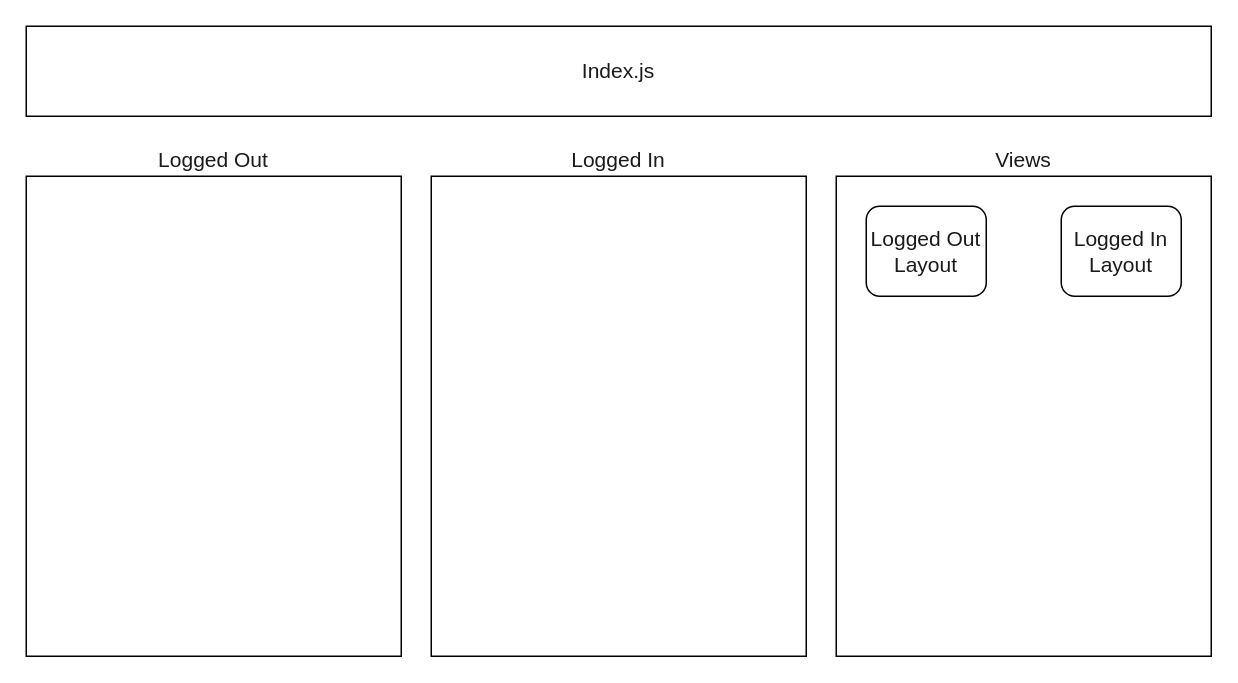
The draw.io diagram page "DirectoryStructure" (9 of 9) of fakeStrava/Untitled Diagram.drawio in brianjburrow/draw.io, before the edit. Source tidied: cells renumbered, new cells numbered last; positions are measured from the earlier drawing's top-left corner, leaving out a move shared by most shapes. Both pictures are drawn from the tidied source at 150%, with x=0, y=0 at pixel (26, 26).
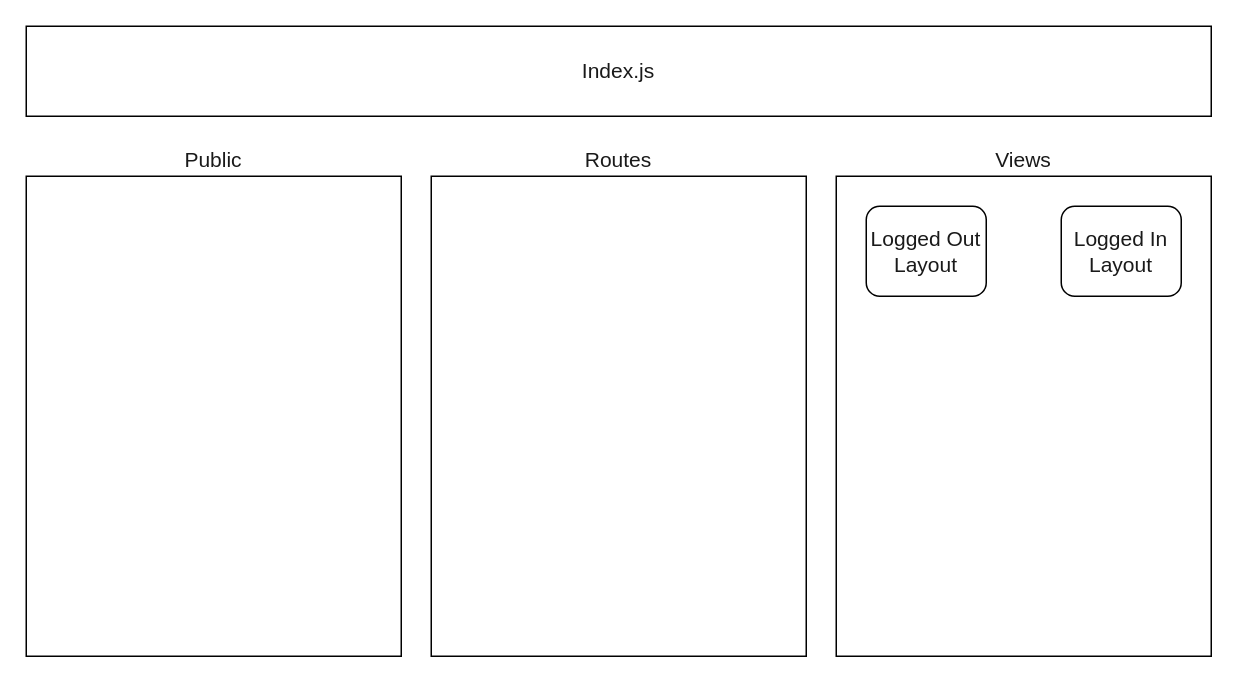
After the change.

Diff of the diagram source:
```diff
@@
 <mxGraphModel>
   <root>
     <mxCell id="0" />
     <mxCell id="1" parent="0" />
     <mxCell id="2" value="Index.js" style="rounded=0;whiteSpace=wrap;html=1;fontSize=14;fontColor=#1A1A1A;fillColor=#FFFFFF;" parent="1" vertex="1">
       <mxGeometry width="790" height="60" as="geometry" />
     </mxCell>
-    <mxCell id="3" value="Logged Out" style="rounded=0;whiteSpace=wrap;html=1;fontSize=14;fontColor=#1A1A1A;fillColor=#FFFFFF;labelPosition=center;verticalLabelPosition=top;align=center;verticalAlign=bottom;" parent="1" vertex="1">
-      <mxGeometry y="100" width="250" height="320" as="geometry" />
-    </mxCell>
-    <mxCell id="4" value="Logged In" style="rounded=0;whiteSpace=wrap;html=1;fontSize=14;fontColor=#1A1A1A;fillColor=#FFFFFF;labelPosition=center;verticalLabelPosition=top;align=center;verticalAlign=bottom;" parent="1" vertex="1">
+    <mxCell id="4" value="Routes" style="rounded=0;whiteSpace=wrap;html=1;fontSize=14;fontColor=#1A1A1A;fillColor=#FFFFFF;labelPosition=center;verticalLabelPosition=top;align=center;verticalAlign=bottom;" parent="1" vertex="1">
       <mxGeometry x="270" y="100" width="250" height="320" as="geometry" />
     </mxCell>
     <mxCell id="5" value="Views" style="rounded=0;whiteSpace=wrap;html=1;fontSize=14;fontColor=#1A1A1A;fillColor=#FFFFFF;labelPosition=center;verticalLabelPosition=top;align=center;verticalAlign=bottom;" parent="1" vertex="1">
       <mxGeometry x="540" y="100" width="250" height="320" as="geometry" />
     </mxCell>
     <mxCell id="6" value="Logged Out Layout" style="rounded=1;whiteSpace=wrap;html=1;fontSize=14;fontColor=#1A1A1A;fillColor=#FFFFFF;" parent="1" vertex="1">
       <mxGeometry x="560" y="120" width="80" height="60" as="geometry" />
     </mxCell>
     <mxCell id="7" value="Logged In Layout" style="rounded=1;whiteSpace=wrap;html=1;fontSize=14;fontColor=#1A1A1A;fillColor=#FFFFFF;" parent="1" vertex="1">
       <mxGeometry x="690" y="120" width="80" height="60" as="geometry" />
     </mxCell>
+    <mxCell id="8" value="Public" style="rounded=0;whiteSpace=wrap;html=1;fontSize=14;fontColor=#1A1A1A;fillColor=#FFFFFF;labelPosition=center;verticalLabelPosition=top;align=center;verticalAlign=bottom;" parent="1" vertex="1">
+      <mxGeometry y="100" width="250" height="320" as="geometry" />
+    </mxCell>
   </root>
 </mxGraphModel>
```
